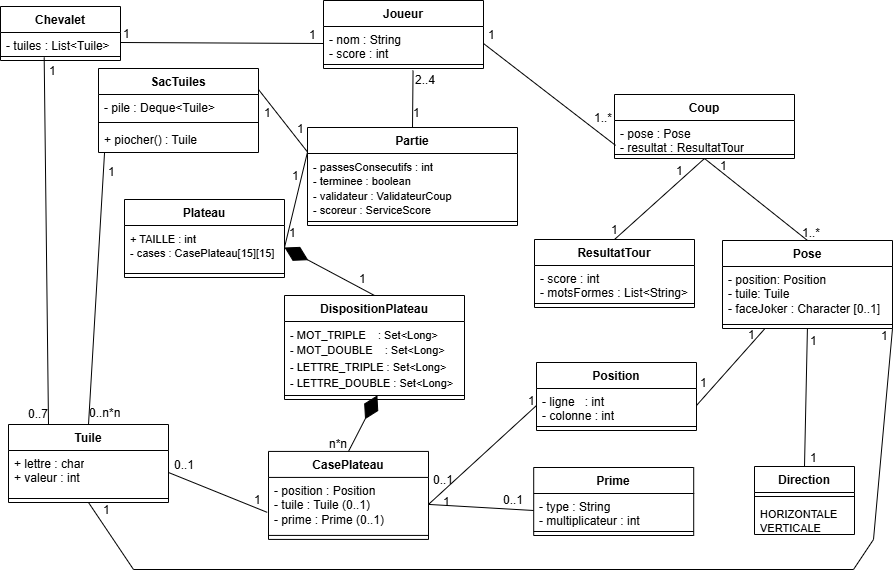
This is ProjetScrabble.drawio.png from yacbenya/Scrabble_L3_MIAGE, a draw.io export, as it was before one commit. Source tidied: cells renumbered, new cells last; positions are measured from the earlier drawing's top-left corner, leaving out a move shared by most shapes.
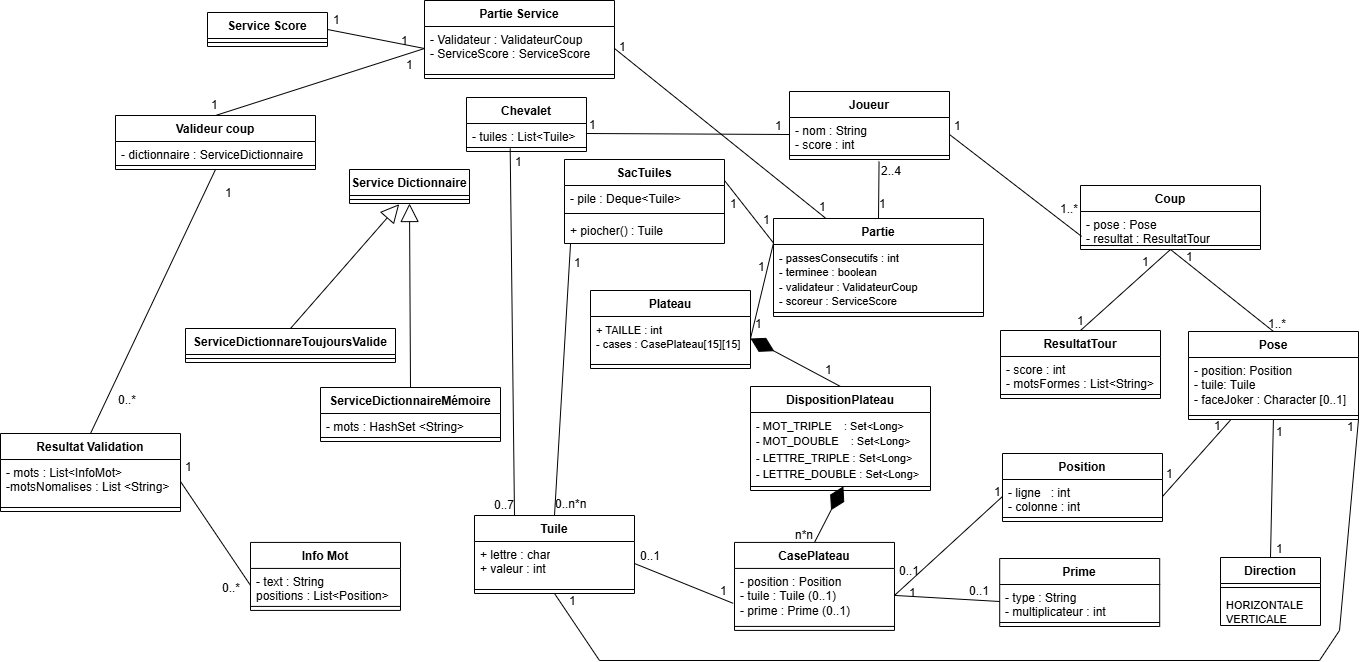
The same file after the commit.

Diff of the diagram source:
```diff
@@ -286,5 +286,119 @@
     <mxCell id="93" value="1" style="text;strokeColor=none;fillColor=none;spacingLeft=4;spacingRight=4;overflow=hidden;fontSize=12;whiteSpace=wrap;html=1;" parent="1" vertex="1">
       <mxGeometry x="97" y="495.9" width="20" height="24" as="geometry" />
     </mxCell>
+    <mxCell id="94" value="Partie Service" style="swimlane;fontStyle=1;align=center;verticalAlign=top;horizontal=1;startSize=26;whiteSpace=wrap;html=1;" parent="1" vertex="1">
+      <mxGeometry x="-42" y="-91" width="190" height="78" as="geometry" />
+    </mxCell>
+    <mxCell id="95" value="&lt;div&gt;- Validateur : ValidateurCoup&lt;/div&gt;&lt;div&gt;- ServiceScore : ServiceScore&lt;/div&gt;" style="text;strokeColor=none;fillColor=none;align=left;verticalAlign=top;spacingLeft=4;spacingRight=4;overflow=hidden;points=[[0,0.5],[1,0.5]];portConstraint=eastwest;whiteSpace=wrap;html=1;" parent="94" vertex="1">
+      <mxGeometry y="26" width="190" height="44" as="geometry" />
+    </mxCell>
+    <mxCell id="96" style="line;strokeWidth=1;fillColor=none;align=left;verticalAlign=middle;spacingTop=-1;spacingLeft=3;spacingRight=3;labelPosition=right;strokeColor=inherit;" parent="94" vertex="1">
+      <mxGeometry y="70" width="190" height="8" as="geometry" />
+    </mxCell>
+    <mxCell id="97" value="Valideur coup" style="swimlane;fontStyle=1;align=center;verticalAlign=top;horizontal=1;startSize=26;whiteSpace=wrap;html=1;" parent="1" vertex="1">
+      <mxGeometry x="-351" y="24" width="200" height="54" as="geometry" />
+    </mxCell>
+    <mxCell id="98" value="&lt;div&gt;- dictionnaire : ServiceDictionnaire&lt;/div&gt;" style="text;strokeColor=none;fillColor=none;align=left;verticalAlign=top;spacingLeft=4;spacingRight=4;overflow=hidden;whiteSpace=wrap;html=1;" parent="97" vertex="1">
+      <mxGeometry y="26" width="200" height="20" as="geometry" />
+    </mxCell>
+    <mxCell id="99" style="line;strokeWidth=1;fillColor=none;align=left;verticalAlign=middle;spacingTop=-1;spacingLeft=3;spacingRight=3;labelPosition=right;strokeColor=inherit;" parent="97" vertex="1">
+      <mxGeometry y="46" width="200" height="8" as="geometry" />
+    </mxCell>
+    <mxCell id="100" value="Info Mot" style="swimlane;fontStyle=1;align=center;verticalAlign=top;horizontal=1;startSize=26;whiteSpace=wrap;html=1;" parent="1" vertex="1">
+      <mxGeometry x="-216" y="450.9" width="150" height="68" as="geometry" />
+    </mxCell>
+    <mxCell id="101" value="&lt;div&gt;- text : String&lt;/div&gt;&lt;div&gt;positions : List&amp;lt;Position&amp;gt;&lt;/div&gt;" style="text;strokeColor=none;fillColor=none;align=left;verticalAlign=top;spacingLeft=4;spacingRight=4;overflow=hidden;points=[[0,0.5],[1,0.5]];portConstraint=eastwest;whiteSpace=wrap;html=1;" parent="100" vertex="1">
+      <mxGeometry y="26" width="150" height="34" as="geometry" />
+    </mxCell>
+    <mxCell id="102" style="line;strokeWidth=1;fillColor=none;align=left;verticalAlign=middle;spacingTop=-1;spacingLeft=3;spacingRight=3;labelPosition=right;strokeColor=inherit;" parent="100" vertex="1">
+      <mxGeometry y="60" width="150" height="8" as="geometry" />
+    </mxCell>
+    <mxCell id="103" value="Resultat Validation" style="swimlane;fontStyle=1;align=center;verticalAlign=top;horizontal=1;startSize=26;whiteSpace=wrap;html=1;" parent="1" vertex="1">
+      <mxGeometry x="-466" y="342" width="180" height="78" as="geometry" />
+    </mxCell>
+    <mxCell id="104" value="&lt;div&gt;- mots : List&amp;lt;InfoMot&amp;gt;&lt;/div&gt;&lt;div&gt;-motsNomalises : List &amp;lt;String&amp;gt;&lt;/div&gt;" style="text;strokeColor=none;fillColor=none;align=left;verticalAlign=top;spacingLeft=4;spacingRight=4;overflow=hidden;points=[[0,0.5],[1,0.5]];portConstraint=eastwest;whiteSpace=wrap;html=1;" parent="103" vertex="1">
+      <mxGeometry y="26" width="180" height="44" as="geometry" />
+    </mxCell>
+    <mxCell id="105" style="line;strokeWidth=1;fillColor=none;align=left;verticalAlign=middle;spacingTop=-1;spacingLeft=3;spacingRight=3;labelPosition=right;strokeColor=inherit;" parent="103" vertex="1">
+      <mxGeometry y="70" width="180" height="8" as="geometry" />
+    </mxCell>
+    <mxCell id="106" value="Service Dictionnaire" style="swimlane;fontStyle=1;align=center;verticalAlign=top;horizontal=1;startSize=26;whiteSpace=wrap;html=1;" parent="1" vertex="1">
+      <mxGeometry x="-117" y="78" width="120" height="34" as="geometry" />
+    </mxCell>
+    <mxCell id="107" style="line;strokeWidth=1;fillColor=none;align=left;verticalAlign=middle;spacingTop=-1;spacingLeft=3;spacingRight=3;labelPosition=right;points=[];portConstraint=eastwest;strokeColor=inherit;" parent="106" vertex="1">
+      <mxGeometry y="26" width="120" height="8" as="geometry" />
+    </mxCell>
+    <mxCell id="108" value="Service Score" style="swimlane;fontStyle=1;align=center;verticalAlign=top;horizontal=1;startSize=26;whiteSpace=wrap;html=1;" parent="1" vertex="1">
+      <mxGeometry x="-259" y="-79" width="120" height="34" as="geometry" />
+    </mxCell>
+    <mxCell id="109" style="line;strokeWidth=1;fillColor=none;align=left;verticalAlign=middle;spacingTop=-1;spacingLeft=3;spacingRight=3;labelPosition=right;strokeColor=inherit;" parent="108" vertex="1">
+      <mxGeometry y="26" width="120" height="8" as="geometry" />
+    </mxCell>
+    <mxCell id="110" value="ServiceDictionnaireMémoire" style="swimlane;fontStyle=1;align=center;verticalAlign=top;horizontal=1;startSize=26;whiteSpace=wrap;html=1;" parent="1" vertex="1">
+      <mxGeometry x="-146" y="296" width="180" height="54" as="geometry" />
+    </mxCell>
+    <mxCell id="111" value="&lt;div&gt;- mots : HashSet &amp;lt;String&amp;gt;&lt;/div&gt;" style="text;strokeColor=none;fillColor=none;align=left;verticalAlign=top;spacingLeft=4;spacingRight=4;overflow=hidden;whiteSpace=wrap;html=1;" parent="110" vertex="1">
+      <mxGeometry y="26" width="180" height="20" as="geometry" />
+    </mxCell>
+    <mxCell id="112" style="line;strokeWidth=1;fillColor=none;align=left;verticalAlign=middle;spacingTop=-1;spacingLeft=3;spacingRight=3;labelPosition=right;strokeColor=inherit;" parent="110" vertex="1">
+      <mxGeometry y="46" width="180" height="8" as="geometry" />
+    </mxCell>
+    <mxCell id="113" value="ServiceDictionnareToujoursValide" style="swimlane;fontStyle=1;align=center;verticalAlign=top;horizontal=1;startSize=26;whiteSpace=wrap;html=1;" parent="1" vertex="1">
+      <mxGeometry x="-281" y="237" width="210" height="34" as="geometry" />
+    </mxCell>
+    <mxCell id="114" style="line;strokeWidth=1;fillColor=none;align=left;verticalAlign=middle;spacingTop=-1;spacingLeft=3;spacingRight=3;labelPosition=right;strokeColor=inherit;" parent="113" vertex="1">
+      <mxGeometry y="26" width="210" height="8" as="geometry" />
+    </mxCell>
+    <mxCell id="115" style="endArrow=none;html=1;rounded=0;entryX=0;entryY=0.5;entryDx=0;entryDy=0;exitX=0.5;exitY=0;exitDx=0;exitDy=0;" parent="1" edge="1" source="97" target="95">
+      <mxGeometry relative="1" as="geometry" />
+    </mxCell>
+    <mxCell id="116" value="1" style="text;strokeColor=none;fillColor=none;spacingLeft=4;spacingRight=4;overflow=hidden;fontSize=12;whiteSpace=wrap;html=1;" parent="1" vertex="1">
+      <mxGeometry x="-261" width="20" height="24" as="geometry" />
+    </mxCell>
+    <mxCell id="117" value="1" style="text;strokeColor=none;fillColor=none;spacingLeft=4;spacingRight=4;overflow=hidden;fontSize=12;whiteSpace=wrap;html=1;" parent="1" vertex="1">
+      <mxGeometry x="-66" y="-40" width="20" height="24" as="geometry" />
+    </mxCell>
+    <mxCell id="118" style="endArrow=none;html=1;rounded=0;entryX=0;entryY=0.5;entryDx=0;entryDy=0;exitX=1;exitY=0.5;exitDx=0;exitDy=0;" parent="1" edge="1" source="108" target="95">
+      <mxGeometry relative="1" as="geometry" />
+    </mxCell>
+    <mxCell id="119" value="1" style="text;strokeColor=none;fillColor=none;spacingLeft=4;spacingRight=4;overflow=hidden;fontSize=12;whiteSpace=wrap;html=1;" parent="1" vertex="1">
+      <mxGeometry x="-139" y="-85" width="20" height="24" as="geometry" />
+    </mxCell>
+    <mxCell id="120" value="1" style="text;strokeColor=none;fillColor=none;spacingLeft=4;spacingRight=4;overflow=hidden;fontSize=12;whiteSpace=wrap;html=1;" parent="1" vertex="1">
+      <mxGeometry x="-71" y="-64" width="20" height="24" as="geometry" />
+    </mxCell>
+    <mxCell id="121" style="endArrow=block;endSize=16;endFill=0;html=1;rounded=0;exitX=0.5;exitY=0;exitDx=0;exitDy=0;entryX=0.5;entryY=1;entryDx=0;entryDy=0;" parent="1" edge="1" source="110" target="106">
+      <mxGeometry relative="1" as="geometry" />
+    </mxCell>
+    <mxCell id="122" style="endArrow=none;html=1;rounded=0;entryX=0.5;entryY=1;entryDx=0;entryDy=0;exitX=0.5;exitY=0;exitDx=0;exitDy=0;" parent="1" edge="1" source="103" target="97">
+      <mxGeometry relative="1" as="geometry" />
+    </mxCell>
+    <mxCell id="123" value="1" style="text;strokeColor=none;fillColor=none;spacingLeft=4;spacingRight=4;overflow=hidden;fontSize=12;whiteSpace=wrap;html=1;" parent="1" vertex="1">
+      <mxGeometry x="-247" y="88" width="20" height="24" as="geometry" />
+    </mxCell>
+    <mxCell id="124" value="0..*" style="text;strokeColor=none;fillColor=none;spacingLeft=4;spacingRight=4;overflow=hidden;fontSize=12;whiteSpace=wrap;html=1;" parent="1" vertex="1">
+      <mxGeometry x="-354" y="295" width="34" height="24" as="geometry" />
+    </mxCell>
+    <mxCell id="125" style="endArrow=none;html=1;rounded=0;entryX=0;entryY=0.5;entryDx=0;entryDy=0;exitX=1;exitY=0.5;exitDx=0;exitDy=0;" parent="1" edge="1" source="104" target="101">
+      <mxGeometry relative="1" as="geometry" />
+    </mxCell>
+    <mxCell id="126" value="1" style="text;strokeColor=none;fillColor=none;spacingLeft=4;spacingRight=4;overflow=hidden;fontSize=12;whiteSpace=wrap;html=1;" parent="1" vertex="1">
+      <mxGeometry x="-287" y="362" width="20" height="24" as="geometry" />
+    </mxCell>
+    <mxCell id="127" value="0..*" style="text;strokeColor=none;fillColor=none;spacingLeft=4;spacingRight=4;overflow=hidden;fontSize=12;whiteSpace=wrap;html=1;" parent="1" vertex="1">
+      <mxGeometry x="-250" y="482.9" width="34" height="24" as="geometry" />
+    </mxCell>
+    <mxCell id="128" style="endArrow=none;html=1;rounded=0;entryX=1;entryY=0.5;entryDx=0;entryDy=0;exitX=0.25;exitY=0;exitDx=0;exitDy=0;" parent="1" edge="1" source="42" target="95">
+      <mxGeometry relative="1" as="geometry" />
+    </mxCell>
+    <mxCell id="129" value="1" style="text;strokeColor=none;fillColor=none;spacingLeft=4;spacingRight=4;overflow=hidden;fontSize=12;whiteSpace=wrap;html=1;" parent="1" vertex="1">
+      <mxGeometry x="347" y="102" width="20" height="24" as="geometry" />
+    </mxCell>
+    <mxCell id="130" value="1" style="text;strokeColor=none;fillColor=none;spacingLeft=4;spacingRight=4;overflow=hidden;fontSize=12;whiteSpace=wrap;html=1;" parent="1" vertex="1">
+      <mxGeometry x="147" y="-58" width="20" height="24" as="geometry" />
+    </mxCell>
+    <mxCell id="131" style="endArrow=block;endSize=16;endFill=0;html=1;rounded=0;exitX=0.5;exitY=0;exitDx=0;exitDy=0;entryX=0.414;entryY=1.083;entryDx=0;entryDy=0;entryPerimeter=0;" parent="1" edge="1" source="113" target="107">
+      <mxGeometry relative="1" as="geometry" />
+    </mxCell>
   </root>
 </mxGraphModel>
```
